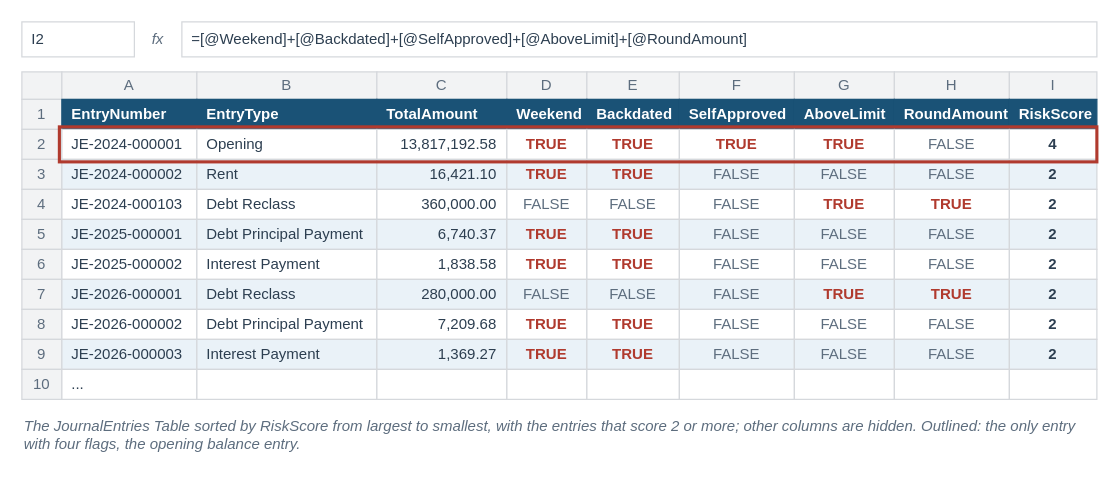
Above: visuals/src/fig-08-07-journal-entry-flags.drawio in mmcodesso/Accounting_Analytics_Book (draw.io), before the change. Source tidied: cells renumbered, new cells numbered last; positions are measured from the earlier drawing's top-left corner, leaving out a move shared by most shapes. Both pictures are drawn from the tidied source at 125%, with x=0, y=0 at pixel (21, 21).
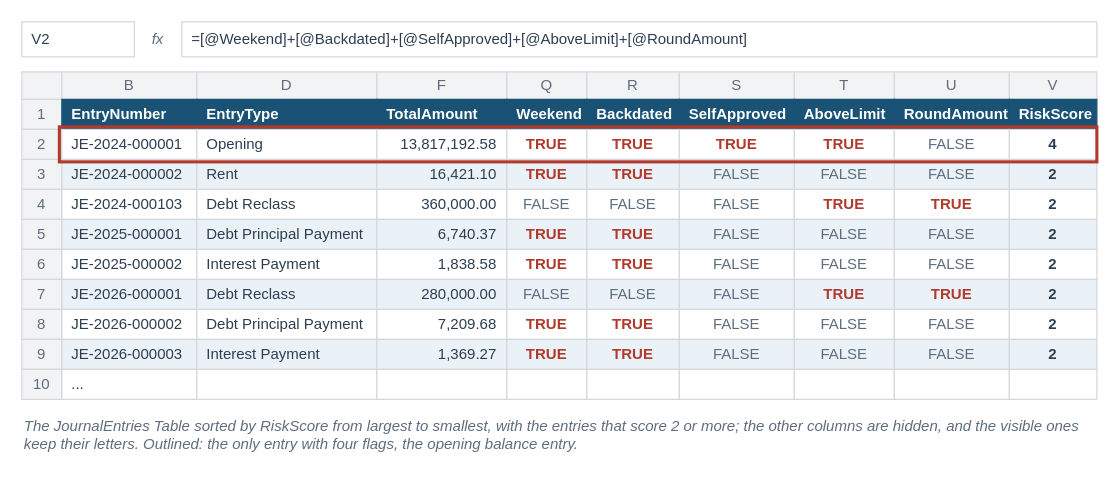
After the change.

The edit, as a diff of the source:
```diff
@@
-    <mxCell id="3" value="I2" style="rounded=0;arcSize=6;whiteSpace=wrap;html=1;fillColor=#FFFFFF;strokeColor=#D5D8DC;strokeWidth=1;fontColor=#2C3E50;fontSize=12;fontStyle=0;align=left;verticalAlign=middle;fontFamily=Helvetica;spacingLeft=6;spacingRight=6;" parent="1" vertex="1">
+    <mxCell id="3" value="V2" style="rounded=0;arcSize=6;whiteSpace=wrap;html=1;fillColor=#FFFFFF;strokeColor=#D5D8DC;strokeWidth=1;fontColor=#2C3E50;fontSize=12;fontStyle=0;align=left;verticalAlign=middle;fontFamily=Helvetica;spacingLeft=6;spacingRight=6;" parent="1" vertex="1">
       <mxGeometry width="90" height="28" as="geometry" />
     </mxCell>
@@
-    <mxCell id="7" value="A" style="rounded=0;arcSize=6;whiteSpace=wrap;html=1;fillColor=#F2F3F4;strokeColor=#D5D8DC;strokeWidth=1;fontColor=#5D6D7E;fontSize=12;fontStyle=0;align=center;verticalAlign=middle;fontFamily=Helvetica;spacingLeft=6;spacingRight=6;" parent="1" vertex="1">
+    <mxCell id="7" value="B" style="rounded=0;arcSize=6;whiteSpace=wrap;html=1;fillColor=#F2F3F4;strokeColor=#D5D8DC;strokeWidth=1;fontColor=#5D6D7E;fontSize=12;fontStyle=0;align=center;verticalAlign=middle;fontFamily=Helvetica;spacingLeft=6;spacingRight=6;" parent="1" vertex="1">
       <mxGeometry x="32" y="40" width="108" height="22" as="geometry" />
     </mxCell>
-    <mxCell id="8" value="B" style="rounded=0;arcSize=6;whiteSpace=wrap;html=1;fillColor=#F2F3F4;strokeColor=#D5D8DC;strokeWidth=1;fontColor=#5D6D7E;fontSize=12;fontStyle=0;align=center;verticalAlign=middle;fontFamily=Helvetica;spacingLeft=6;spacingRight=6;" parent="1" vertex="1">
+    <mxCell id="8" value="D" style="rounded=0;arcSize=6;whiteSpace=wrap;html=1;fillColor=#F2F3F4;strokeColor=#D5D8DC;strokeWidth=1;fontColor=#5D6D7E;fontSize=12;fontStyle=0;align=center;verticalAlign=middle;fontFamily=Helvetica;spacingLeft=6;spacingRight=6;" parent="1" vertex="1">
       <mxGeometry x="140" y="40" width="144" height="22" as="geometry" />
     </mxCell>
-    <mxCell id="9" value="C" style="rounded=0;arcSize=6;whiteSpace=wrap;html=1;fillColor=#F2F3F4;strokeColor=#D5D8DC;strokeWidth=1;fontColor=#5D6D7E;fontSize=12;fontStyle=0;align=center;verticalAlign=middle;fontFamily=Helvetica;spacingLeft=6;spacingRight=6;" parent="1" vertex="1">
+    <mxCell id="9" value="F" style="rounded=0;arcSize=6;whiteSpace=wrap;html=1;fillColor=#F2F3F4;strokeColor=#D5D8DC;strokeWidth=1;fontColor=#5D6D7E;fontSize=12;fontStyle=0;align=center;verticalAlign=middle;fontFamily=Helvetica;spacingLeft=6;spacingRight=6;" parent="1" vertex="1">
       <mxGeometry x="284" y="40" width="104" height="22" as="geometry" />
     </mxCell>
-    <mxCell id="10" value="D" style="rounded=0;arcSize=6;whiteSpace=wrap;html=1;fillColor=#F2F3F4;strokeColor=#D5D8DC;strokeWidth=1;fontColor=#5D6D7E;fontSize=12;fontStyle=0;align=center;verticalAlign=middle;fontFamily=Helvetica;spacingLeft=6;spacingRight=6;" parent="1" vertex="1">
+    <mxCell id="10" value="Q" style="rounded=0;arcSize=6;whiteSpace=wrap;html=1;fillColor=#F2F3F4;strokeColor=#D5D8DC;strokeWidth=1;fontColor=#5D6D7E;fontSize=12;fontStyle=0;align=center;verticalAlign=middle;fontFamily=Helvetica;spacingLeft=6;spacingRight=6;" parent="1" vertex="1">
       <mxGeometry x="388" y="40" width="64" height="22" as="geometry" />
     </mxCell>
-    <mxCell id="11" value="E" style="rounded=0;arcSize=6;whiteSpace=wrap;html=1;fillColor=#F2F3F4;strokeColor=#D5D8DC;strokeWidth=1;fontColor=#5D6D7E;fontSize=12;fontStyle=0;align=center;verticalAlign=middle;fontFamily=Helvetica;spacingLeft=6;spacingRight=6;" parent="1" vertex="1">
+    <mxCell id="11" value="R" style="rounded=0;arcSize=6;whiteSpace=wrap;html=1;fillColor=#F2F3F4;strokeColor=#D5D8DC;strokeWidth=1;fontColor=#5D6D7E;fontSize=12;fontStyle=0;align=center;verticalAlign=middle;fontFamily=Helvetica;spacingLeft=6;spacingRight=6;" parent="1" vertex="1">
       <mxGeometry x="452" y="40" width="74" height="22" as="geometry" />
     </mxCell>
-    <mxCell id="12" value="F" style="rounded=0;arcSize=6;whiteSpace=wrap;html=1;fillColor=#F2F3F4;strokeColor=#D5D8DC;strokeWidth=1;fontColor=#5D6D7E;fontSize=12;fontStyle=0;align=center;verticalAlign=middle;fontFamily=Helvetica;spacingLeft=6;spacingRight=6;" parent="1" vertex="1">
+    <mxCell id="12" value="S" style="rounded=0;arcSize=6;whiteSpace=wrap;html=1;fillColor=#F2F3F4;strokeColor=#D5D8DC;strokeWidth=1;fontColor=#5D6D7E;fontSize=12;fontStyle=0;align=center;verticalAlign=middle;fontFamily=Helvetica;spacingLeft=6;spacingRight=6;" parent="1" vertex="1">
       <mxGeometry x="526" y="40" width="92" height="22" as="geometry" />
     </mxCell>
-    <mxCell id="13" value="G" style="rounded=0;arcSize=6;whiteSpace=wrap;html=1;fillColor=#F2F3F4;strokeColor=#D5D8DC;strokeWidth=1;fontColor=#5D6D7E;fontSize=12;fontStyle=0;align=center;verticalAlign=middle;fontFamily=Helvetica;spacingLeft=6;spacingRight=6;" parent="1" vertex="1">
+    <mxCell id="13" value="T" style="rounded=0;arcSize=6;whiteSpace=wrap;html=1;fillColor=#F2F3F4;strokeColor=#D5D8DC;strokeWidth=1;fontColor=#5D6D7E;fontSize=12;fontStyle=0;align=center;verticalAlign=middle;fontFamily=Helvetica;spacingLeft=6;spacingRight=6;" parent="1" vertex="1">
       <mxGeometry x="618" y="40" width="80" height="22" as="geometry" />
     </mxCell>
-    <mxCell id="14" value="H" style="rounded=0;arcSize=6;whiteSpace=wrap;html=1;fillColor=#F2F3F4;strokeColor=#D5D8DC;strokeWidth=1;fontColor=#5D6D7E;fontSize=12;fontStyle=0;align=center;verticalAlign=middle;fontFamily=Helvetica;spacingLeft=6;spacingRight=6;" parent="1" vertex="1">
+    <mxCell id="14" value="U" style="rounded=0;arcSize=6;whiteSpace=wrap;html=1;fillColor=#F2F3F4;strokeColor=#D5D8DC;strokeWidth=1;fontColor=#5D6D7E;fontSize=12;fontStyle=0;align=center;verticalAlign=middle;fontFamily=Helvetica;spacingLeft=6;spacingRight=6;" parent="1" vertex="1">
       <mxGeometry x="698" y="40" width="92" height="22" as="geometry" />
     </mxCell>
-    <mxCell id="15" value="I" style="rounded=0;arcSize=6;whiteSpace=wrap;html=1;fillColor=#F2F3F4;strokeColor=#D5D8DC;strokeWidth=1;fontColor=#5D6D7E;fontSize=12;fontStyle=0;align=center;verticalAlign=middle;fontFamily=Helvetica;spacingLeft=6;spacingRight=6;" parent="1" vertex="1">
+    <mxCell id="15" value="V" style="rounded=0;arcSize=6;whiteSpace=wrap;html=1;fillColor=#F2F3F4;strokeColor=#D5D8DC;strokeWidth=1;fontColor=#5D6D7E;fontSize=12;fontStyle=0;align=center;verticalAlign=middle;fontFamily=Helvetica;spacingLeft=6;spacingRight=6;" parent="1" vertex="1">
       <mxGeometry x="790" y="40" width="70" height="22" as="geometry" />
     </mxCell>
@@
-    <mxCell id="116" value="&lt;i&gt;The JournalEntries Table sorted by RiskScore from largest to smallest, with the entries that score 2 or more; other columns are hidden. Outlined: the only entry with four flags, the opening balance entry.&lt;/i&gt;" style="text;html=1;whiteSpace=wrap;align=left;verticalAlign=top;fontSize=12;fontColor=#5D6D7E;fontStyle=0;fontFamily=Helvetica;spacing=2;fillColor=none;strokeColor=none;" parent="1" vertex="1">
+    <mxCell id="116" value="&lt;i&gt;The JournalEntries Table sorted by RiskScore from largest to smallest, with the entries that score 2 or more; the other columns are hidden, and the visible ones keep their letters. Outlined: the only entry with four flags, the opening balance entry.&lt;/i&gt;" style="text;html=1;whiteSpace=wrap;align=left;verticalAlign=top;fontSize=12;fontColor=#5D6D7E;fontStyle=0;fontFamily=Helvetica;spacing=2;fillColor=none;strokeColor=none;" parent="1" vertex="1">
       <mxGeometry y="310" width="860" height="40" as="geometry" />
     </mxCell>
```
